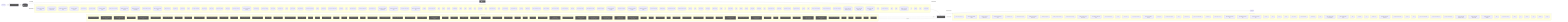
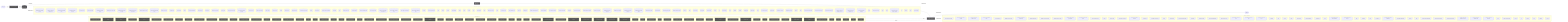
flowchart LR
  UserQ(["👤 User Query"])
  Embed["📐 Embedding Model"]
  VecDB[("📚 Vector Store")]
  Retriever["🔍 Retriever"]
  LLMNode["🧠 LLM / Generator"]
  Output(["✅ Response"])
  UserQ -->|query| Embed
  Embed -->|vector| VecDB
  VecDB -->|top-k chunks| Retriever
  Retriever -->|context + query| LLMNode
  LLMNode -->|generated answer| Output
  subgraph DetectedMemory["Detected memory stores"]
    det_detectedmemory_check_steering_feedback_contract_80134459[("check-steering-feedback-contract")]
    det_detectedmemory_prompt_context_drift_validate_runner_c8ecc6f5[("prompt-context-drift-validate-runner")]
    det_detectedmemory_prompt_context_drift_write_runner_69e6a4fd[("prompt-context-drift-write-runner")]
    det_detectedmemory_normalize_workflow_contracts_8701f1c8[("normalize-workflow-contracts")]
    det_detectedmemory_run_harness_evals_77704768[("run-harness-evals")]
    det_detectedmemory_sync_codex_preflight_7e7a8dc2[("sync-codex-preflight")]
    det_detectedmemory_test_harness_upgrade_matrix_84113c4e[("test-harness-upgrade-matrix")]
    det_detectedmemory_validate_prompt_context_drift_8c949ef6[("validate-prompt-context-drift")]
    det_detectedmemory_validate_runtime_packet_schemas_bc3ba8ec[("validate-runtime-packet-schemas")]
    det_detectedmemory_validate_system_prompt_gap_adoption_62d8c955[("validate-system-prompt-gap-adoption")]
    det_detectedmemory_validate_workflow_contracts_33dc063c[("validate-workflow-contracts")]
    det_detectedmemory_write_prompt_context_drift_report_71a4e149[("write-prompt-context-drift-report")]
    det_detectedmemory_branch_protect_core_a8feb0fd[("branch-protect-core")]
    det_detectedmemory_ci_migrate_core_7005b5af[("ci-migrate-core")]
    det_detectedmemory_context_health_80bb7da9[("context-health")]
    det_detectedmemory_context_ea7792a2[("context")]
    det_detectedmemory_docs_gate_classification_2f51c90b[("docs-gate-classification")]
    det_detectedmemory_docs_gate_types_d285abb6[("docs-gate-types")]
    det_detectedmemory_index_context_de3ed39d[("index-context")]
    det_detectedmemory_local_memory_preflight_dcc36c42[("local-memory-preflight")]
    det_detectedmemory_memory_gate_a577a506[("memory-gate")]
    det_detectedmemory_next_prompt_context_drift_3c5a93d5[("next-prompt-context-drift")]
    det_detectedmemory_next_recommendation_decisions_03315dd4[("next-recommendation-decisions")]
    det_detectedmemory_next_runner_state_be6fe997[("next-runner-state")]
    det_detectedmemory_pattern_scope_siblings_43abe000[("pattern-scope-siblings")]
    det_detectedmemory_review_context_ca6cf81d[("review-context")]
    det_detectedmemory_review_gate_core_4c8001f9[("review-gate-core")]
    det_detectedmemory_search_24193290[("search")]
    det_detectedmemory_session_context_e5ec72c0[("session-context")]
    det_detectedmemory_tooling_audit_core_328d6a41[("tooling-audit-core")]
    det_detectedmemory_run_local_memory_preflight_36e92808[("run-local-memory-preflight")]
    det_detectedmemory_checker_d2d2328e[("checker")]
    det_detectedmemory_context_health_1_ceb11829[("context-health")]
    det_detectedmemory_prompt_context_drift_surface_c1e30b42[("prompt-context-drift-surface")]
    det_detectedmemory_test_fixtures_c2f936b0[("test-fixtures")]
    det_detectedmemory_types_2_d9bc6e7a[("types")]
    det_detectedmemory_branch_protect_sync_570adb18[("branch-protect-sync")]
+     det_detectedmemory_command_registry_a88eb2e3[("command-registry")]
    det_detectedmemory_command_capability_rules_ca3f496a[("command-capability-rules")]
    det_detectedmemory_command_specs_core_1c0ffc99[("command-specs-core")]
    det_detectedmemory_local_memory_preflight_command_spec_9e23f3ce[("local-memory-preflight-command-spec")]
    det_detectedmemory_memory_gate_command_spec_dc9001a9[("memory-gate-command-spec")]
    det_detectedmemory_review_gate_command_spec_3187376a[("review-gate-command-spec")]
    det_detectedmemory_session_context_command_spec_973afbb1[("session-context-command-spec")]
    det_detectedmemory_constants_7517017f[("constants")]
    det_detectedmemory_context_compact_policy_3dcaf95d[("context-compact-policy")]
    det_detectedmemory_index_3_7e40d474[("index")]
    det_detectedmemory_indexer_70fa78e5[("indexer")]
    det_detectedmemory_init_error_5c7dd49f[("init-error")]
    det_detectedmemory_lexical_fallback_723e2b3e[("lexical-fallback")]
    det_detectedmemory_ollama_76e3c7bf[("ollama")]
    det_detectedmemory_rollout_a4fa034c[("rollout")]
    det_detectedmemory_sources_878a52fc[("sources")]
    det_detectedmemory_store_824d80d7[("store")]
    det_detectedmemory_sync_contract_c79fa191[("sync-contract")]
    det_detectedmemory_types_8_f6283648[("types")]
    det_detectedmemory_harness_run_context_ac7c77a9[("harness-run-context")]
    det_detectedmemory_index_4_013aa0e3[("index")]
    det_detectedmemory_json_schema_core_96d7e328[("json-schema-core")]
    det_detectedmemory_policy_validators_core_714a3fe7[("policy-validators-core")]
    det_detectedmemory_types_core_e405ddca[("types-core")]
    det_detectedmemory_validator_core_4358f8ba[("validator-core")]
    det_detectedmemory_archive_candidates_scanner_d0931789[("archive-candidates-scanner")]
    det_detectedmemory_archive_candidates_dc0e40e1[("archive-candidates")]
    det_detectedmemory_docs_task_eval_contract_79347457[("docs-task-eval-contract")]
    det_detectedmemory_docs_task_eval_fixtures_44902755[("docs-task-eval-fixtures")]
    det_detectedmemory_init_modes_c05ceb07[("init-modes")]
    det_detectedmemory_project_brain_templates_7ef51530[("project-brain-templates")]
    det_detectedmemory_scaffold_diagram_templates_dd88e83c[("scaffold-diagram-templates")]
    det_detectedmemory_scaffold_doc_templates_f6152330[("scaffold-doc-templates")]
    det_detectedmemory_scaffold_environment_templates_c1ceba6a[("scaffold-environment-templates")]
    det_detectedmemory_scaffold_hook_templates_8c74ab50[("scaffold-hook-templates")]
    det_detectedmemory_scaffold_root_command_templates_404fed7f[("scaffold-root-command-templates")]
    det_detectedmemory_scaffold_script_template_registry_69312d4e[("scaffold-script-template-registry")]
    det_detectedmemory_scaffold_shell_templates_0ad0f915[("scaffold-shell-templates")]
    det_detectedmemory_scaffold_surfaces_12d6494e[("scaffold-surfaces")]
    det_detectedmemory_scaffold_template_registry_b1cce2aa[("scaffold-template-registry")]
    det_detectedmemory_scaffold_workflow_template_92310587[("scaffold-workflow-template")]
    det_detectedmemory_eval_seed_5699fd3e[("eval-seed")]
    det_detectedmemory_index_10_f6785a46[("index")]
    det_detectedmemory_review_context_1_e3afed15[("review-context")]
    det_detectedmemory_memory_gate_1_265164ac[("memory-gate")]
    det_detectedmemory_branch_enforcer_acb749cd[("branch-enforcer")]
    det_detectedmemory_cli_args_5_09ea29f0[("cli-args")]
    det_detectedmemory_cli_7_dc4a9f7f[("cli")]
    det_detectedmemory_metrics_tracker_98cec29c[("metrics-tracker")]
    det_detectedmemory_types_20_071a0112[("types")]
    det_detectedmemory_validator_5_b19ac2be[("validator")]
    det_detectedmemory_classifier_fe1991a9[("classifier")]
    det_detectedmemory_tooling_paths_560ac80d[("tooling-paths")]
    det_detectedmemory_claim_helpers_20dc8387[("claim-helpers")]
    det_detectedmemory_types_25_89d086aa[("types")]
    det_detectedmemory_local_memory_smoke_1175abfc[("local-memory-smoke")]
    det_detectedmemory_local_memory_0db17ecc[("local-memory")]
    det_detectedmemory_performance_overload_c685bfcf[("performance-overload")]
    det_detectedmemory_suggestion_generator_0956f794[("suggestion-generator")]
    det_detectedmemory_git_head_7346fd6a[("git-head")]
    det_detectedmemory_index_12_762ec91b[("index")]
    det_detectedmemory_prompt_context_drift_builder_a451c7dd[("prompt-context-drift-builder")]
    det_detectedmemory_prompt_context_drift_report_3257a95c[("prompt-context-drift-report")]
    det_detectedmemory_prompt_context_drift_types_ba6863d4[("prompt-context-drift-types")]
    det_detectedmemory_prompt_context_drift_validation_evidence_21f0336f[("prompt-context-drift-validation-evidence")]
    det_detectedmemory_prompt_context_drift_validation_utils_2285f4ac[("prompt-context-drift-validation-utils")]
    det_detectedmemory_prompt_context_drift_validation_8fc01719[("prompt-context-drift-validation")]
    det_detectedmemory_index_13_97df39c8[("index")]
    det_detectedmemory_prompt_context_receipt_17b862b2[("prompt-context-receipt")]
    det_detectedmemory_types_32_bfe791ff[("types")]
    det_detectedmemory_policy_1_fc4198db[("policy")]
    det_detectedmemory_runtime_card_codex_runtime_validation_d8ce9934[("runtime-card-codex-runtime-validation")]
    det_detectedmemory_cli_12_01c06c37[("cli")]
    det_detectedmemory_collector_0736fd5b[("collector")]
    det_detectedmemory_types_35_93e66c64[("types")]
    det_detectedmemory_overload_guard_2748c559[("overload-guard")]
  end
  VecDB -. "implemented by" .-> DetectedMemory
  subgraph DetectedLLM["Detected LLM clients"]
    det_detectedllm_check_codex_agent_roles_5bb2e89b["check-codex-agent-roles"]
    det_detectedllm_check_steering_feedback_contract_80134459["check-steering-feedback-contract"]
    det_detectedllm_prompt_context_drift_validate_runner_c8ecc6f5["prompt-context-drift-validate-runner"]
    det_detectedllm_prompt_context_drift_write_runner_69e6a4fd["prompt-context-drift-write-runner"]
    det_detectedllm_run_harness_evals_77704768["run-harness-evals"]
    det_detectedllm_validate_decision_request_2e5c325e["validate-decision-request"]
    det_detectedllm_validate_goal_completion_audit_receipt_100d252c["validate-goal-completion-audit-receipt"]
    det_detectedllm_validate_packaged_skill_5e32c890["validate-packaged-skill"]
    det_detectedllm_validate_prompt_context_drift_8c949ef6["validate-prompt-context-drift"]
    det_detectedllm_validate_reviewer_coverage_251efee3["validate-reviewer-coverage"]
    det_detectedllm_validate_system_prompt_gap_adoption_62d8c955["validate-system-prompt-gap-adoption"]
    det_detectedllm_write_prompt_context_drift_report_71a4e149["write-prompt-context-drift-report"]
    det_detectedllm_check_environment_core_2c16213f["check-environment-core"]
    det_detectedllm_context_ea7792a2["context"]
    det_detectedllm_index_context_de3ed39d["index-context"]
    det_detectedllm_next_prompt_context_drift_3c5a93d5["next-prompt-context-drift"]
    det_detectedllm_next_recommendation_decisions_03315dd4["next-recommendation-decisions"]
    det_detectedllm_prompt_gate_c5e9d207["prompt-gate"]
    det_detectedllm_remediate_runner_helpers_929fedcc["remediate-runner-helpers"]
    det_detectedllm_search_24193290["search"]
    det_detectedllm_context_health_1_ceb11829["context-health"]
    det_detectedllm_prompt_context_drift_surface_c1e30b42["prompt-context-drift-surface"]
    det_detectedllm_test_fixtures_c2f936b0["test-fixtures"]
+     det_detectedllm_command_registry_a88eb2e3["command-registry"]
+     det_detectedllm_command_capability_rules_ca3f496a["command-capability-rules"]
    det_detectedllm_command_specs_core_1c0ffc99["command-specs-core"]
    det_detectedllm_pilot_evaluate_command_spec_1084ea72["pilot-evaluate-command-spec"]
    det_detectedllm_pilot_rollback_command_spec_4fe69f7d["pilot-rollback-command-spec"]
    det_detectedllm_prompt_gate_command_spec_9a941482["prompt-gate-command-spec"]
    det_detectedllm_constants_7517017f["constants"]
    det_detectedllm_index_3_7e40d474["index"]
    det_detectedllm_indexer_70fa78e5["indexer"]
    det_detectedllm_ollama_76e3c7bf["ollama"]
    det_detectedllm_sync_contract_c79fa191["sync-contract"]
    det_detectedllm_north_star_validators_cfc926ce["north-star-validators"]
    det_detectedllm_hilt_boundary_9b36fb15["hilt-boundary"]
    det_detectedllm_types_10_75e5a4a0["types"]
    det_detectedllm_goal_completion_audit_receipt_validation_9d0f4891["goal-completion-audit-receipt-validation"]
    det_detectedllm_goal_completion_audit_receipt_5e4939c3["goal-completion-audit-receipt"]
    det_detectedllm_index_5_522f772a["index"]
    det_detectedllm_constants_1_a84e15f0["constants"]
    det_detectedllm_types_18_37582e2a["types"]
    det_detectedllm_sensitive_text_7c11f760["sensitive-text"]
    det_detectedllm_pr_template_linked_issue_relationship_a7b61f2c["pr-template-linked-issue-relationship"]
    det_detectedllm_pr_template_validator_rules_20a32d6b["pr-template-validator-rules"]
    det_detectedllm_git_head_7346fd6a["git-head"]
    det_detectedllm_index_12_762ec91b["index"]
    det_detectedllm_prompt_context_drift_builder_a451c7dd["prompt-context-drift-builder"]
    det_detectedllm_prompt_context_drift_report_3257a95c["prompt-context-drift-report"]
    det_detectedllm_prompt_context_drift_types_ba6863d4["prompt-context-drift-types"]
    det_detectedllm_prompt_context_drift_validation_evidence_21f0336f["prompt-context-drift-validation-evidence"]
    det_detectedllm_prompt_context_drift_validation_utils_2285f4ac["prompt-context-drift-validation-utils"]
    det_detectedllm_prompt_context_drift_validation_8fc01719["prompt-context-drift-validation"]
    det_detectedllm_index_13_97df39c8["index"]
    det_detectedllm_prompt_context_receipt_17b862b2["prompt-context-receipt"]
    det_detectedllm_cli_args_9_9c136878["cli-args"]
    det_detectedllm_cli_11_338a8415["cli"]
    det_detectedllm_sections_4697ef32["sections"]
    det_detectedllm_types_28_4476fcc6["types"]
    det_detectedllm_validator_7_f836eb0e["validator"]
    det_detectedllm_cli_args_10_861cdd3f["cli-args"]
  end
  LLMNode -. "implemented by" .-> DetectedLLM
  subgraph DetectedTools["Agentic tool calls"]
    det_detectedtools_check_codex_agent_roles_5bb2e89b["🔧 check-codex-agent-roles"]
    det_detectedtools_check_steering_feedback_contract_80134459["🔧 check-steering-feedback-contract"]
    det_detectedtools_check_tooling_baseline_parity_3124b30a["🔧 check-tooling-baseline-parity"]
    det_detectedtools_run_harness_evals_77704768["🔧 run-harness-evals"]
    det_detectedtools_validate_action_review_receipt_fa2f06c3["🔧 validate-action-review-receipt"]
    det_detectedtools_validate_packaged_skill_5e32c890["🔧 validate-packaged-skill"]
    det_detectedtools_validate_replay_packet_f309747e["🔧 validate-replay-packet"]
    det_detectedtools_ci_migrate_core_7005b5af["🔧 ci-migrate-core"]
    det_detectedtools_doctor_checks_5a2eb2b9["🔧 doctor-checks"]
    det_detectedtools_doctor_github_tool_check_e0a938df["🔧 doctor-github-tool-check"]
    det_detectedtools_doctor_github_tool_checks_a53b0382["🔧 doctor-github-tool-checks"]
    det_detectedtools_doctor_tool_checks_4acac51a["🔧 doctor-tool-checks"]
    det_detectedtools_fleet_plan_repo_ecdc6499["🔧 fleet-plan-repo"]
    det_detectedtools_next_blocked_decisions_4140ad2b["🔧 next-blocked-decisions"]
    det_detectedtools_next_pr_closeout_contract_af31d30a["🔧 next-pr-closeout-contract"]
    det_detectedtools_policy_gate_213f7313["🔧 policy-gate"]
    det_detectedtools_remediate_cli_output_cc165396["🔧 remediate-cli-output"]
    det_detectedtools_remediate_runner_helpers_929fedcc["🔧 remediate-runner-helpers"]
    det_detectedtools_review_gate_core_4c8001f9["🔧 review-gate-core"]
    det_detectedtools_index_1bc04b52["🔧 index"]
    det_detectedtools_types_1_4ecdf56e["🔧 types"]
    det_detectedtools_validation_constants_e002a0f6["🔧 validation-constants"]
    det_detectedtools_validation_98c41dcd["🔧 validation"]
    det_detectedtools_checker_d2d2328e["🔧 checker"]
    det_detectedtools_shared_state_policy_edc9c4db["🔧 shared-state-policy"]
    det_detectedtools_cli_args_1_6144b055["🔧 cli-args"]
    det_detectedtools_command_capabilities_a4d5c71e["🔧 command-capabilities"]
    det_detectedtools_command_capability_rules_ca3f496a["🔧 command-capability-rules"]
    det_detectedtools_linear_command_actions_e430f4f4["🔧 linear-command-actions"]
    det_detectedtools_linear_command_runner_4a740dfc["🔧 linear-command-runner"]
    det_detectedtools_policy_validators_core_714a3fe7["🔧 policy-validators-core"]
    det_detectedtools_shared_state_action_validator_e7b128cd["🔧 shared-state-action-validator"]
    det_detectedtools_types_core_e405ddca["🔧 types-core"]
    det_detectedtools_validator_core_4358f8ba["🔧 validator-core"]
    det_detectedtools_validator_helpers_7b927667["🔧 validator-helpers"]
    det_detectedtools_he_phase_exit_core_1148895b["🔧 he-phase-exit-core"]
    det_detectedtools_environment_runtime_3206f0a8["🔧 environment-runtime"]
    det_detectedtools_observed_skill_usage_ed7d5930["🔧 observed-skill-usage"]
    det_detectedtools_closure_evidence_aaa31467["🔧 closure-evidence"]
    det_detectedtools_pr_creator_dc6b1ea4["🔧 pr-creator"]
    det_detectedtools_client_948fe603["🔧 client"]
    det_detectedtools_init_output_360dce91["🔧 init-output"]
    det_detectedtools_scaffold_ci_templates_2afd6392["🔧 scaffold-ci-templates"]
    det_detectedtools_scaffold_codex_environment_templates_334fbbed["🔧 scaffold-codex-environment-templates"]
    det_detectedtools_scaffold_config_templates_4b80ce53["🔧 scaffold-config-templates"]
    det_detectedtools_scaffold_environment_templates_c1ceba6a["🔧 scaffold-environment-templates"]
    det_detectedtools_scaffold_github_actions_pr_pipeline_renderer_1ee18de5["🔧 scaffold-github-actions-pr-pipeline-renderer"]
    det_detectedtools_scaffold_github_actions_pr_pipeline_template_e2b85f62["🔧 scaffold-github-actions-pr-pipeline-template"]
    det_detectedtools_scaffold_package_command_template_80e32e83["🔧 scaffold-package-command-template"]
    det_detectedtools_scaffold_release_private_npm_template_075499f8["🔧 scaffold-release-private-npm-template"]
    det_detectedtools_constants_1_a84e15f0["🔧 constants"]
    det_detectedtools_index_9_32dd4d91["🔧 index"]
    det_detectedtools_validation_common_6161e48b["🔧 validation-common"]
    det_detectedtools_cli_7_dc4a9f7f["🔧 cli"]
    det_detectedtools_metrics_tracker_98cec29c["🔧 metrics-tracker"]
    det_detectedtools_normalise_renderer_85f2e563["🔧 normalise-renderer"]
    det_detectedtools_evaluation_engine_core_e054fe49["🔧 evaluation-engine-core"]
    det_detectedtools_tooling_baseline_50ab2eeb["🔧 tooling-baseline"]
    det_detectedtools_tooling_paths_560ac80d["🔧 tooling-paths"]
    det_detectedtools_prompt_context_drift_report_3257a95c["🔧 prompt-context-drift-report"]
    det_detectedtools_prompt_context_drift_types_ba6863d4["🔧 prompt-context-drift-types"]
    det_detectedtools_prompt_context_drift_validation_utils_2285f4ac["🔧 prompt-context-drift-validation-utils"]
    det_detectedtools_replay_packet_a1293f88["🔧 replay-packet"]
    det_detectedtools_index_14_d982116c["🔧 index"]
    det_detectedtools_review_lifecycle_contract_e5447221["🔧 review-lifecycle-contract"]
    det_detectedtools_review_lifecycle_89afa64c["🔧 review-lifecycle"]
    det_detectedtools_runtime_card_codex_runtime_validation_d8ce9934["🔧 runtime-card-codex-runtime-validation"]
    det_detectedtools_runtime_card_codex_runtime_0655e230["🔧 runtime-card-codex-runtime"]
    det_detectedtools_runtime_evidence_bundle_d471a232["🔧 runtime-evidence-bundle"]
    det_detectedtools_types_37_32ccf9f9["🔧 types"]
    det_detectedtools_index_17_642943a2["🔧 index"]
    det_detectedtools_projection_1b250ea1["🔧 projection"]
    det_detectedtools_types_39_d07de160["🔧 types"]
    det_detectedtools_validation_8_b9fa10af["🔧 validation"]
  end
  LLMNode -->|tool use| DetectedTools
  DetectedTools -->|result| LLMNode
  classDef memNode fill:#555,color:#fff
  class VecDB,Retriever memNode
  classDef llmNode fill:#555,color:#fff
  class LLMNode,Embed llmNode
  classDef toolNode fill:#555,color:#fff
  class det_detectedtools_check_codex_agent_roles_5bb2e89b,det_detectedtools_check_steering_feedback_contract_80134459,det_detectedtools_check_tooling_baseline_parity_3124b30a,det_detectedtools_run_harness_evals_77704768,det_detectedtools_validate_action_review_receipt_fa2f06c3,det_detectedtools_validate_packaged_skill_5e32c890,det_detectedtools_validate_replay_packet_f309747e,det_detectedtools_ci_migrate_core_7005b5af,det_detectedtools_doctor_checks_5a2eb2b9,det_detectedtools_doctor_github_tool_check_e0a938df,det_detectedtools_doctor_github_tool_checks_a53b0382,det_detectedtools_doctor_tool_checks_4acac51a,det_detectedtools_fleet_plan_repo_ecdc6499,det_detectedtools_next_blocked_decisions_4140ad2b,det_detectedtools_next_pr_closeout_contract_af31d30a,det_detectedtools_policy_gate_213f7313,det_detectedtools_remediate_cli_output_cc165396,det_detectedtools_remediate_runner_helpers_929fedcc,det_detectedtools_review_gate_core_4c8001f9,det_detectedtools_index_1bc04b52,det_detectedtools_types_1_4ecdf56e,det_detectedtools_validation_constants_e002a0f6,det_detectedtools_validation_98c41dcd,det_detectedtools_checker_d2d2328e,det_detectedtools_shared_state_policy_edc9c4db,det_detectedtools_cli_args_1_6144b055,det_detectedtools_command_capabilities_a4d5c71e,det_detectedtools_command_capability_rules_ca3f496a,det_detectedtools_linear_command_actions_e430f4f4,det_detectedtools_linear_command_runner_4a740dfc,det_detectedtools_policy_validators_core_714a3fe7,det_detectedtools_shared_state_action_validator_e7b128cd,det_detectedtools_types_core_e405ddca,det_detectedtools_validator_core_4358f8ba,det_detectedtools_validator_helpers_7b927667,det_detectedtools_he_phase_exit_core_1148895b,det_detectedtools_environment_runtime_3206f0a8,det_detectedtools_observed_skill_usage_ed7d5930,det_detectedtools_closure_evidence_aaa31467,det_detectedtools_pr_creator_dc6b1ea4,det_detectedtools_client_948fe603,det_detectedtools_init_output_360dce91,det_detectedtools_scaffold_ci_templates_2afd6392,det_detectedtools_scaffold_codex_environment_templates_334fbbed,det_detectedtools_scaffold_config_templates_4b80ce53,det_detectedtools_scaffold_environment_templates_c1ceba6a,det_detectedtools_scaffold_github_actions_pr_pipeline_renderer_1ee18de5,det_detectedtools_scaffold_github_actions_pr_pipeline_template_e2b85f62,det_detectedtools_scaffold_package_command_template_80e32e83,det_detectedtools_scaffold_release_private_npm_template_075499f8,det_detectedtools_constants_1_a84e15f0,det_detectedtools_index_9_32dd4d91,det_detectedtools_validation_common_6161e48b,det_detectedtools_cli_7_dc4a9f7f,det_detectedtools_metrics_tracker_98cec29c,det_detectedtools_normalise_renderer_85f2e563,det_detectedtools_evaluation_engine_core_e054fe49,det_detectedtools_tooling_baseline_50ab2eeb,det_detectedtools_tooling_paths_560ac80d,det_detectedtools_prompt_context_drift_report_3257a95c,det_detectedtools_prompt_context_drift_types_ba6863d4,det_detectedtools_prompt_context_drift_validation_utils_2285f4ac,det_detectedtools_replay_packet_a1293f88,det_detectedtools_index_14_d982116c,det_detectedtools_review_lifecycle_contract_e5447221,det_detectedtools_review_lifecycle_89afa64c,det_detectedtools_runtime_card_codex_runtime_validation_d8ce9934,det_detectedtools_runtime_card_codex_runtime_0655e230,det_detectedtools_runtime_evidence_bundle_d471a232,det_detectedtools_types_37_32ccf9f9,det_detectedtools_index_17_642943a2,det_detectedtools_projection_1b250ea1,det_detectedtools_types_39_d07de160,det_detectedtools_validation_8_b9fa10af toolNode
